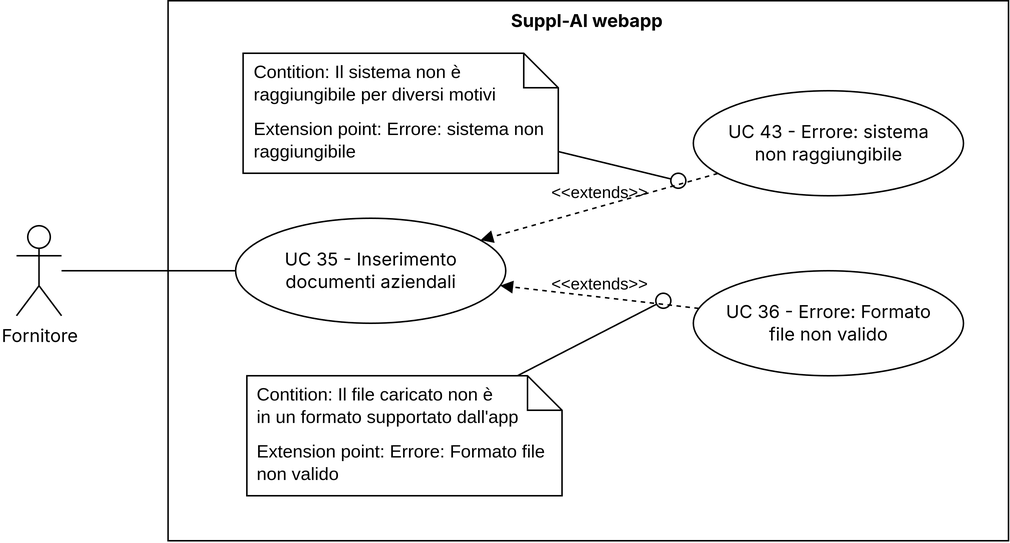
The draw.io diagram 3 - PB/imgs/uc35.png in CodeHex16/documentazione, before a commit. Source tidied: cells renumbered, new cells last; positions are measured from the earlier drawing's top-left corner, leaving out a move shared by most shapes. Source of this version:
```xml
<mxGraphModel>
  <root>
    <mxCell id="0" />
    <mxCell id="1" parent="0" />
    <mxCell id="2" value="Fornitore" style="shape=umlActor;verticalLabelPosition=bottom;verticalAlign=top;html=1;outlineConnect=0;fontFamily=Inter;" parent="1" vertex="1">
      <mxGeometry x="-0.5" y="150" width="30" height="60" as="geometry" />
    </mxCell>
    <mxCell id="3" value="Suppl-AI webapp" style="shape=rect;html=1;verticalAlign=top;fontStyle=1;whiteSpace=wrap;align=center;fontFamily=Inter;" parent="1" vertex="1">
      <mxGeometry x="100.5" width="560" height="360" as="geometry" />
    </mxCell>
    <mxCell id="4" value="UC 35 - Inserimento &lt;br&gt;documenti aziendali" style="ellipse;whiteSpace=wrap;html=1;fontFamily=Inter;" parent="1" vertex="1">
      <mxGeometry x="145.5" y="145" width="180" height="70" as="geometry" />
    </mxCell>
    <mxCell id="5" value="UC 43 - Errore: sistema &lt;br&gt;non raggiungibile" style="ellipse;whiteSpace=wrap;html=1;fontFamily=Inter;" parent="1" vertex="1">
      <mxGeometry x="450.5" y="60" width="180" height="70" as="geometry" />
    </mxCell>
    <mxCell id="6" value="&amp;lt;&amp;lt;extends&amp;gt;&amp;gt;" style="html=1;verticalAlign=bottom;labelBackgroundColor=none;endArrow=block;endFill=1;dashed=1;rounded=0;" parent="1" edge="1" source="5" target="4">
      <mxGeometry relative="1" as="geometry" />
    </mxCell>
    <mxCell id="7" style="endArrow=none;html=1;rounded=0;" parent="1" edge="1" source="2" target="4">
      <mxGeometry relative="1" as="geometry" />
    </mxCell>
    <mxCell id="8" style="endArrow=oval;html=1;rounded=0;endFill=0;endSize=10;" parent="1" edge="1" source="9">
      <mxGeometry relative="1" as="geometry">
        <mxPoint x="440.5" y="120" as="targetPoint" />
      </mxGeometry>
    </mxCell>
    <mxCell id="9" value="&lt;br&gt;Extension point: Errore: sistema non raggiungibile" style="shape=note2;boundedLbl=1;whiteSpace=wrap;html=1;size=23;verticalAlign=top;align=left;spacingLeft=5;" parent="1" vertex="1">
      <mxGeometry x="150.5" y="35" width="210" height="80" as="geometry" />
    </mxCell>
    <mxCell id="10" value="&lt;span style=&quot;text-align: center;&quot;&gt;Contition: Il sistema non è raggiungibile per diversi motivi&lt;/span&gt;" style="strokeColor=none;fillColor=none;align=left;spacingLeft=5;whiteSpace=wrap;html=1;" parent="9" vertex="1">
      <mxGeometry width="210" height="40" relative="1" as="geometry" />
    </mxCell>
    <mxCell id="11" style="edgeStyle=orthogonalEdgeStyle;rounded=0;orthogonalLoop=1;jettySize=auto;html=1;exitX=0.5;exitY=1;exitDx=0;exitDy=0;" parent="9" edge="1" source="10" target="10">
      <mxGeometry relative="1" as="geometry" />
    </mxCell>
    <mxCell id="12" value="UC 36 - Errore: Formato &lt;br&gt;file non valido" style="ellipse;whiteSpace=wrap;html=1;fontFamily=Inter;" parent="1" vertex="1">
      <mxGeometry x="450.5" y="180" width="180" height="70" as="geometry" />
    </mxCell>
    <mxCell id="13" style="endArrow=oval;html=1;rounded=0;endFill=0;endSize=10;" parent="1" edge="1">
      <mxGeometry relative="1" as="geometry">
        <mxPoint x="333.3" y="250" as="sourcePoint" />
        <mxPoint x="430.5" y="200" as="targetPoint" />
      </mxGeometry>
    </mxCell>
    <mxCell id="14" value="&amp;lt;&amp;lt;extends&amp;gt;&amp;gt;" style="html=1;verticalAlign=bottom;labelBackgroundColor=none;endArrow=block;endFill=1;dashed=1;rounded=0;" parent="1" edge="1" source="12" target="4">
      <mxGeometry relative="1" as="geometry" />
    </mxCell>
    <mxCell id="15" value="&lt;br&gt;Extension point: Errore: Formato file non valido" style="shape=note2;boundedLbl=1;whiteSpace=wrap;html=1;size=23;verticalAlign=top;align=left;spacingLeft=5;" parent="1" vertex="1">
      <mxGeometry x="153" y="250" width="210" height="80" as="geometry" />
    </mxCell>
    <mxCell id="16" value="&lt;span style=&quot;text-align: center;&quot;&gt;Contition: Il file caricato non è &lt;br&gt;in un formato supportato dall'app&lt;/span&gt;" style="strokeColor=none;fillColor=none;align=left;spacingLeft=5;whiteSpace=wrap;html=1;" parent="15" vertex="1">
      <mxGeometry width="210" height="40" relative="1" as="geometry" />
    </mxCell>
    <mxCell id="17" style="edgeStyle=orthogonalEdgeStyle;rounded=0;orthogonalLoop=1;jettySize=auto;html=1;exitX=0.5;exitY=1;exitDx=0;exitDy=0;" parent="15" edge="1" source="16" target="16">
      <mxGeometry relative="1" as="geometry" />
    </mxCell>
  </root>
</mxGraphModel>
```
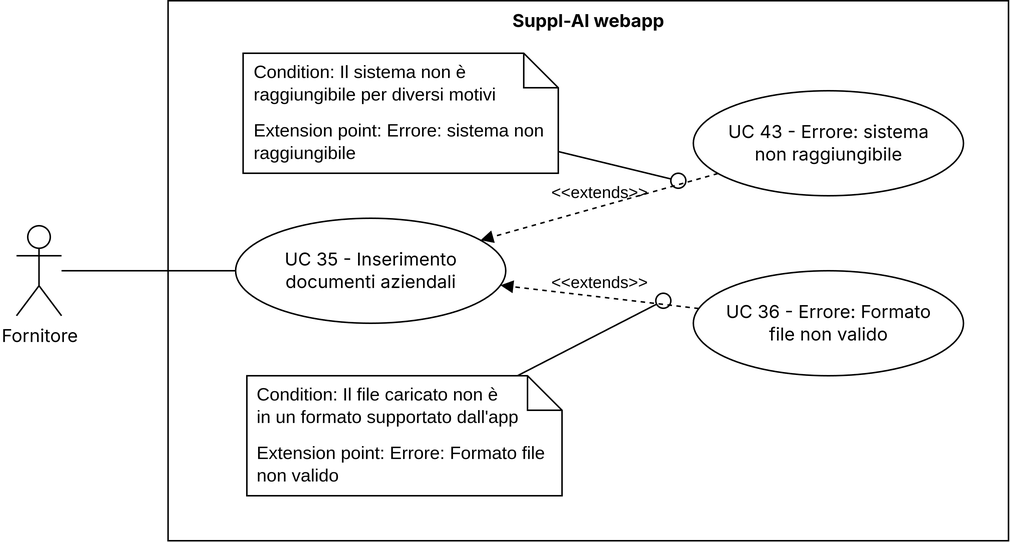
Later version of the same file.

The edit, as a diff of the source:
```diff
@@ -28,7 +28,7 @@
     <mxCell id="9" value="&lt;br&gt;Extension point: Errore: sistema non raggiungibile" style="shape=note2;boundedLbl=1;whiteSpace=wrap;html=1;size=23;verticalAlign=top;align=left;spacingLeft=5;" parent="1" vertex="1">
       <mxGeometry x="150.5" y="35" width="210" height="80" as="geometry" />
     </mxCell>
-    <mxCell id="10" value="&lt;span style=&quot;text-align: center;&quot;&gt;Contition: Il sistema non è raggiungibile per diversi motivi&lt;/span&gt;" style="strokeColor=none;fillColor=none;align=left;spacingLeft=5;whiteSpace=wrap;html=1;" parent="9" vertex="1">
+    <mxCell id="10" value="&lt;span style=&quot;text-align: center;&quot;&gt;Condition&lt;/span&gt;&lt;span style=&quot;text-align: center;&quot;&gt;: Il sistema non è raggiungibile per diversi motivi&lt;/span&gt;" style="strokeColor=none;fillColor=none;align=left;spacingLeft=5;whiteSpace=wrap;html=1;" parent="9" vertex="1">
       <mxGeometry width="210" height="40" relative="1" as="geometry" />
     </mxCell>
     <mxCell id="11" style="edgeStyle=orthogonalEdgeStyle;rounded=0;orthogonalLoop=1;jettySize=auto;html=1;exitX=0.5;exitY=1;exitDx=0;exitDy=0;" parent="9" edge="1" source="10" target="10">
@@ -49,7 +49,7 @@
     <mxCell id="15" value="&lt;br&gt;Extension point: Errore: Formato file non valido" style="shape=note2;boundedLbl=1;whiteSpace=wrap;html=1;size=23;verticalAlign=top;align=left;spacingLeft=5;" parent="1" vertex="1">
       <mxGeometry x="153" y="250" width="210" height="80" as="geometry" />
     </mxCell>
-    <mxCell id="16" value="&lt;span style=&quot;text-align: center;&quot;&gt;Contition: Il file caricato non è &lt;br&gt;in un formato supportato dall'app&lt;/span&gt;" style="strokeColor=none;fillColor=none;align=left;spacingLeft=5;whiteSpace=wrap;html=1;" parent="15" vertex="1">
+    <mxCell id="16" value="&lt;span style=&quot;text-align: center;&quot;&gt;Condition&lt;/span&gt;&lt;span style=&quot;text-align: center;&quot;&gt;: Il file caricato non è &lt;br&gt;in un formato supportato dall'app&lt;/span&gt;" style="strokeColor=none;fillColor=none;align=left;spacingLeft=5;whiteSpace=wrap;html=1;" parent="15" vertex="1">
       <mxGeometry width="210" height="40" relative="1" as="geometry" />
     </mxCell>
     <mxCell id="17" style="edgeStyle=orthogonalEdgeStyle;rounded=0;orthogonalLoop=1;jettySize=auto;html=1;exitX=0.5;exitY=1;exitDx=0;exitDy=0;" parent="15" edge="1" source="16" target="16">
```
